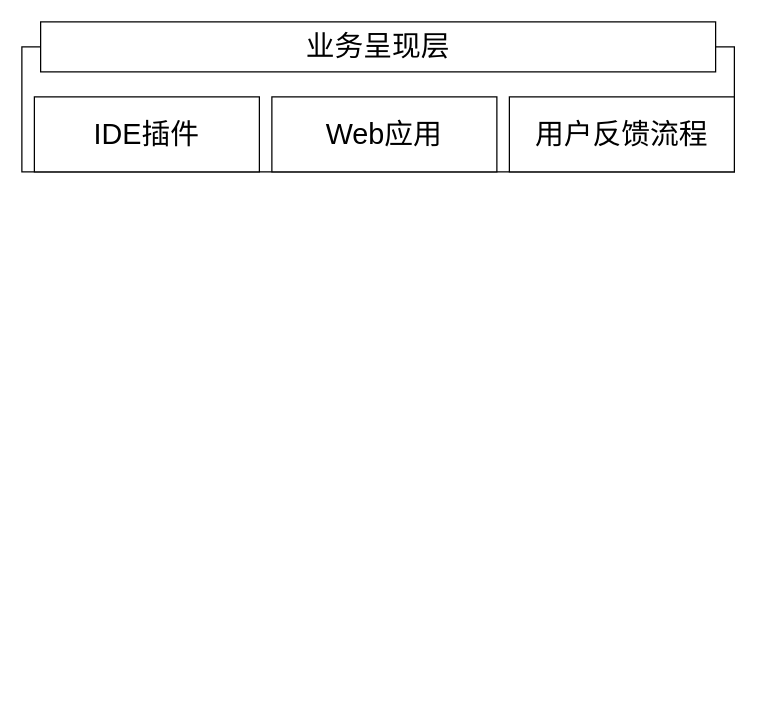
Above: 系统-技术架构图.drawio in LovenSar/- (draw.io), before the change. Source tidied: cells renumbered, new cells numbered last; positions are measured from the earlier drawing's top-left corner, leaving out a move shared by most shapes. Both pictures are drawn from the tidied source at 125%, with x=0, y=0 at pixel (21, 21).
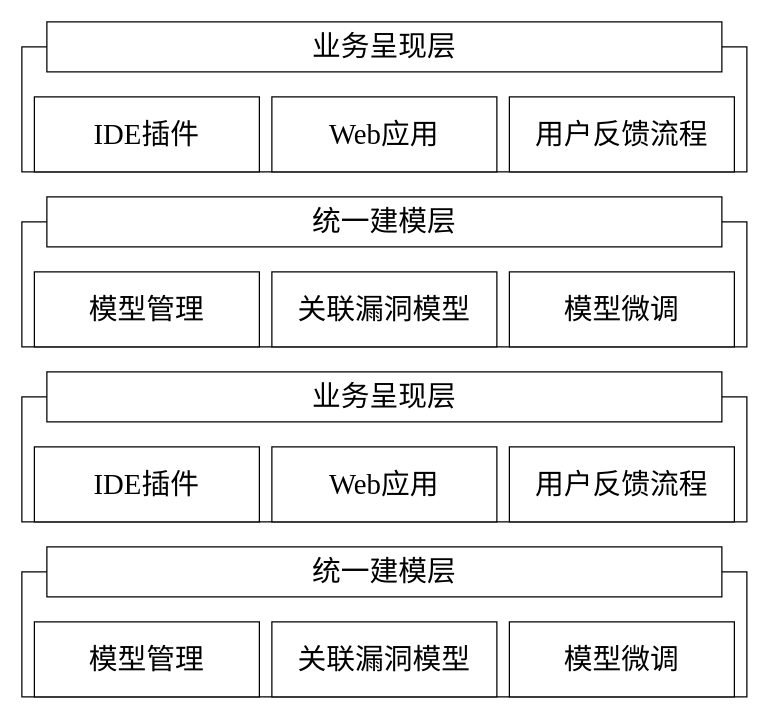
The same diagram, later.

Commit message:
更新系统-技术架构图.drawio

Diff of the diagram source:
```diff
@@
+    <mxCell id="7" style="group;" parent="1" vertex="1">
+      <mxGeometry width="580" height="120" as="geometry" />
+    </mxCell>
-    <mxCell id="2" style="rounded=0;whiteSpace=wrap;html=1;fontSize=23;fontFamily=宋体;" parent="1" vertex="1">
-      <mxGeometry y="20" width="570" height="100" as="geometry" />
+    <mxCell id="2" style="rounded=0;whiteSpace=wrap;html=1;fontSize=23;fontFamily=宋体;" parent="7" vertex="1">
+      <mxGeometry y="20" width="580" height="100" as="geometry" />
     </mxCell>
-    <mxCell id="3" value="业务呈现层" style="rounded=0;whiteSpace=wrap;html=1;fontSize=23;fontFamily=宋体;" parent="1" vertex="1">
-      <mxGeometry x="15" width="540" height="40" as="geometry" />
+    <mxCell id="3" value="业务呈现层" style="rounded=0;whiteSpace=wrap;html=1;fontSize=23;fontFamily=宋体;" parent="7" vertex="1">
+      <mxGeometry x="20" width="540" height="40" as="geometry" />
     </mxCell>
-    <mxCell id="4" value="IDE插件" style="rounded=0;whiteSpace=wrap;html=1;fontSize=23;fontFamily=宋体;" parent="1" vertex="1">
+    <mxCell id="4" value="IDE&lt;font face=&quot;宋体&quot;&gt;插件&lt;/font&gt;" style="rounded=0;whiteSpace=wrap;html=1;fontSize=23;fontFamily=Times New Roman;" parent="7" vertex="1">
       <mxGeometry x="10" y="60" width="180" height="60" as="geometry" />
     </mxCell>
-    <mxCell id="5" value="Web应用" style="rounded=0;whiteSpace=wrap;html=1;fontSize=23;fontFamily=宋体;" parent="1" vertex="1">
+    <mxCell id="5" value="&lt;font face=&quot;Times New Roman&quot;&gt;Web&lt;/font&gt;应用" style="rounded=0;whiteSpace=wrap;html=1;fontSize=23;fontFamily=宋体;" parent="7" vertex="1">
       <mxGeometry x="200" y="60" width="180" height="60" as="geometry" />
     </mxCell>
-    <mxCell id="6" value="用户反馈流程" style="rounded=0;whiteSpace=wrap;html=1;fontSize=23;fontFamily=宋体;" parent="1" vertex="1">
+    <mxCell id="6" value="用户反馈流程" style="rounded=0;whiteSpace=wrap;html=1;fontSize=23;fontFamily=宋体;" parent="7" vertex="1">
       <mxGeometry x="390" y="60" width="180" height="60" as="geometry" />
     </mxCell>
+    <mxCell id="8" style="group;" parent="1" vertex="1">
+      <mxGeometry y="140" width="580" height="120" as="geometry" />
+    </mxCell>
+    <mxCell id="9" style="rounded=0;whiteSpace=wrap;html=1;fontSize=23;fontFamily=宋体;" parent="8" vertex="1">
+      <mxGeometry y="20" width="580" height="100" as="geometry" />
+    </mxCell>
+    <mxCell id="10" value="统一建模层" style="rounded=0;whiteSpace=wrap;html=1;fontSize=23;fontFamily=宋体;" parent="8" vertex="1">
+      <mxGeometry x="20" width="540" height="40" as="geometry" />
+    </mxCell>
+    <mxCell id="11" value="模型管理" style="rounded=0;whiteSpace=wrap;html=1;fontSize=23;fontFamily=宋体;" parent="8" vertex="1">
+      <mxGeometry x="10" y="60" width="180" height="60" as="geometry" />
+    </mxCell>
+    <mxCell id="12" value="&lt;font&gt;关联漏洞模型&lt;/font&gt;" style="rounded=0;whiteSpace=wrap;html=1;fontSize=23;fontFamily=宋体;" parent="8" vertex="1">
+      <mxGeometry x="200" y="60" width="180" height="60" as="geometry" />
+    </mxCell>
+    <mxCell id="13" value="模型微调" style="rounded=0;whiteSpace=wrap;html=1;fontSize=23;fontFamily=宋体;" parent="8" vertex="1">
+      <mxGeometry x="390" y="60" width="180" height="60" as="geometry" />
+    </mxCell>
+    <mxCell id="14" style="group;" parent="1" vertex="1">
+      <mxGeometry y="280" width="580" height="120" as="geometry" />
+    </mxCell>
+    <mxCell id="15" style="rounded=0;whiteSpace=wrap;html=1;fontSize=23;fontFamily=宋体;" parent="14" vertex="1">
+      <mxGeometry y="20" width="580" height="100" as="geometry" />
+    </mxCell>
+    <mxCell id="16" value="业务呈现层" style="rounded=0;whiteSpace=wrap;html=1;fontSize=23;fontFamily=宋体;" parent="14" vertex="1">
+      <mxGeometry x="20" width="540" height="40" as="geometry" />
+    </mxCell>
+    <mxCell id="17" value="IDE&lt;font face=&quot;宋体&quot;&gt;插件&lt;/font&gt;" style="rounded=0;whiteSpace=wrap;html=1;fontSize=23;fontFamily=Times New Roman;" parent="14" vertex="1">
+      <mxGeometry x="10" y="60" width="180" height="60" as="geometry" />
+    </mxCell>
+    <mxCell id="18" value="&lt;font face=&quot;Times New Roman&quot;&gt;Web&lt;/font&gt;应用" style="rounded=0;whiteSpace=wrap;html=1;fontSize=23;fontFamily=宋体;" parent="14" vertex="1">
+      <mxGeometry x="200" y="60" width="180" height="60" as="geometry" />
+    </mxCell>
+    <mxCell id="19" value="用户反馈流程" style="rounded=0;whiteSpace=wrap;html=1;fontSize=23;fontFamily=宋体;" parent="14" vertex="1">
+      <mxGeometry x="390" y="60" width="180" height="60" as="geometry" />
+    </mxCell>
+    <mxCell id="20" style="group;" parent="1" vertex="1">
+      <mxGeometry y="420" width="580" height="120" as="geometry" />
+    </mxCell>
+    <mxCell id="21" style="rounded=0;whiteSpace=wrap;html=1;fontSize=23;fontFamily=宋体;" parent="20" vertex="1">
+      <mxGeometry y="20" width="580" height="100" as="geometry" />
+    </mxCell>
+    <mxCell id="22" value="统一建模层" style="rounded=0;whiteSpace=wrap;html=1;fontSize=23;fontFamily=宋体;" parent="20" vertex="1">
+      <mxGeometry x="20" width="540" height="40" as="geometry" />
+    </mxCell>
+    <mxCell id="23" value="模型管理" style="rounded=0;whiteSpace=wrap;html=1;fontSize=23;fontFamily=宋体;" parent="20" vertex="1">
+      <mxGeometry x="10" y="60" width="180" height="60" as="geometry" />
+    </mxCell>
+    <mxCell id="24" value="&lt;font&gt;关联漏洞模型&lt;/font&gt;" style="rounded=0;whiteSpace=wrap;html=1;fontSize=23;fontFamily=宋体;" parent="20" vertex="1">
+      <mxGeometry x="200" y="60" width="180" height="60" as="geometry" />
+    </mxCell>
+    <mxCell id="25" value="模型微调" style="rounded=0;whiteSpace=wrap;html=1;fontSize=23;fontFamily=宋体;" parent="20" vertex="1">
+      <mxGeometry x="390" y="60" width="180" height="60" as="geometry" />
+    </mxCell>
```
